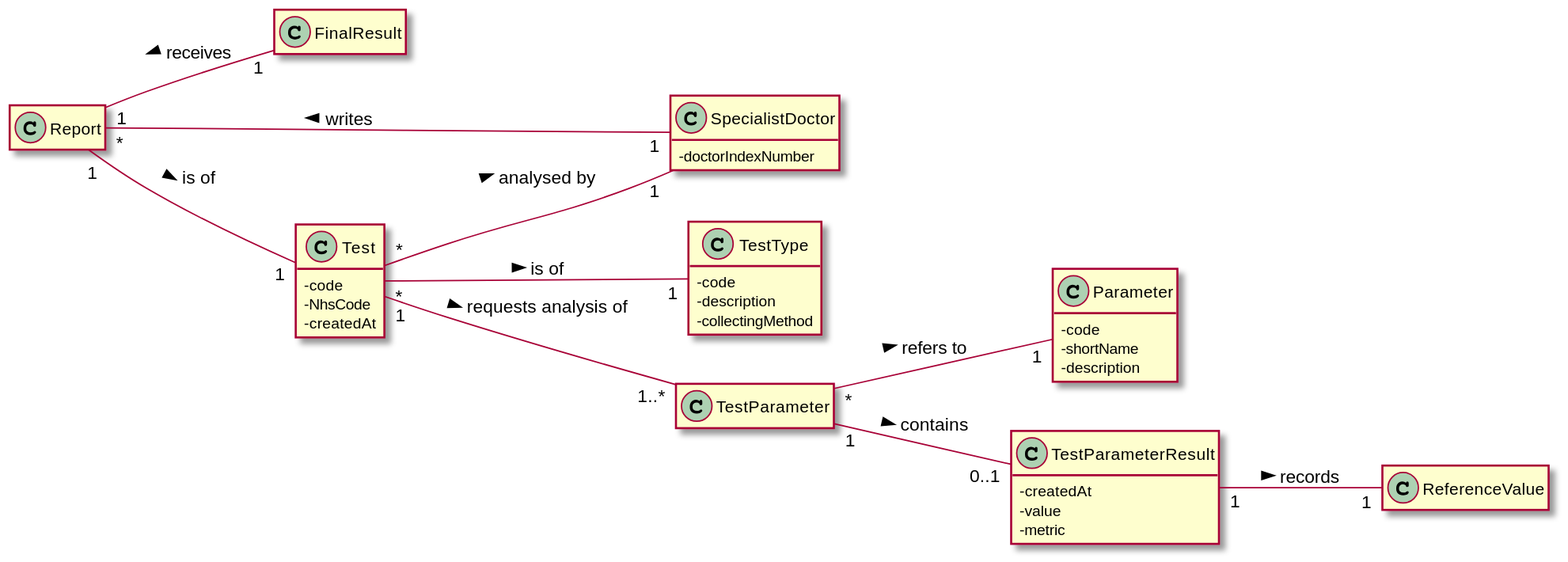
This is docs/SprintC/US_14/US014_DM.svg from ana-albergaria/LAPR2-ISEP, a PlantUML export, as it was before one commit.
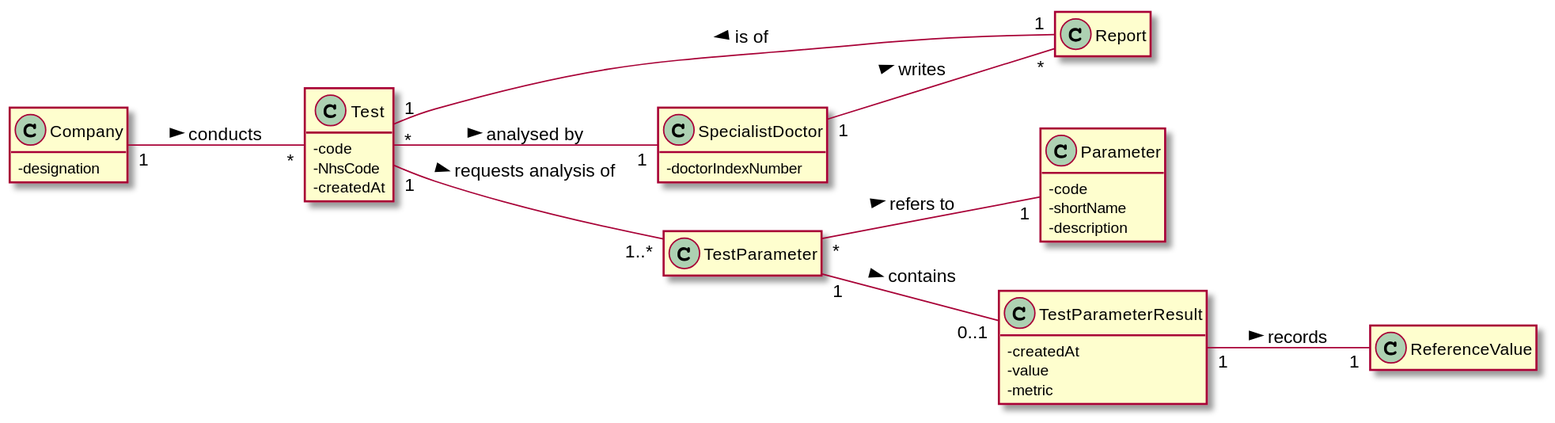
Above is the later version.

The edit, as a diff of the source:
```diff
@@ -5,7 +5,10 @@
 hide empty attributes
 left to right direction
 
-class FinalResult{}
+class Company{
+- designation
+}
+
 
 
 
@@ -21,11 +24,6 @@
 - createdAt
 }
 
-class TestType{
-- code
-- description
-- collectingMethod
-}
 
 class TestParameter{}
 
@@ -43,11 +41,10 @@
 
 class ReferenceValue{}
 
+Company "1" -- "*" Test : conducts >
 Test "*" -- "1" SpecialistDoctor : analysed by >
 SpecialistDoctor "1" -- "*" Report : writes >
-Report "1" -- "1" FinalResult : receives <
 Report "1" -- "1" Test : is of >
-Test "*" -- "1" TestType : is of >
 Test "1" -- "1..*" TestParameter : requests analysis of >
 TestParameter "*" -- "1" Parameter : refers to >
 TestParameter "1" -- "0..1" TestParameterResult : contains >
```
